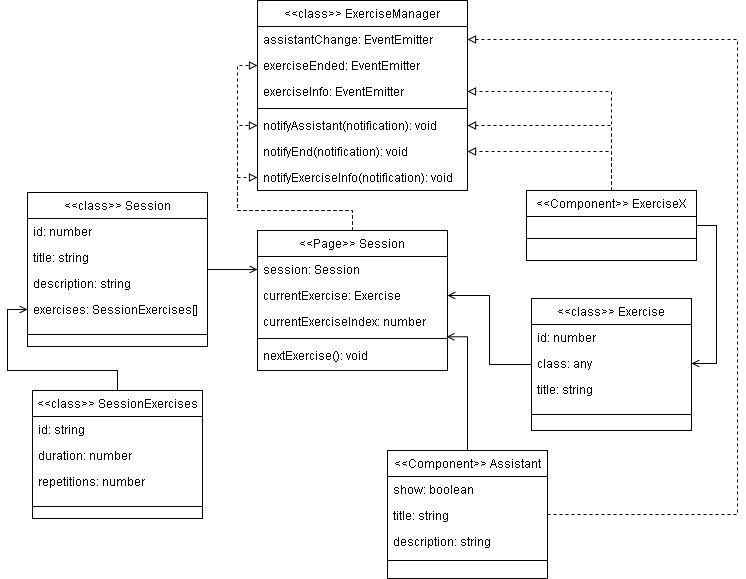
Earlier version of the draw.io export docs/Sessions-Exercises_classdiagram.png (davidinfante/TFG). Source tidied: cells renumbered, new cells last; positions are measured from the earlier drawing's top-left corner, leaving out a move shared by most shapes.
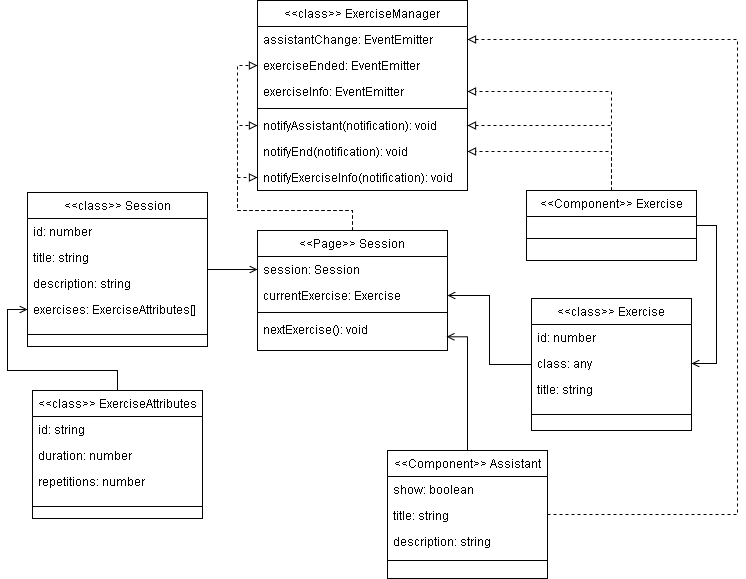
After the commit.

Change to the diagram source:
```diff
@@ -57,7 +57,7 @@
       </mxGeometry>
     </mxCell>
     <mxCell id="14" value="&lt;&lt;Page&gt;&gt; Session" style="swimlane;fontStyle=0;align=center;verticalAlign=top;horizontal=1;startSize=26;rounded=0;shadow=0;strokeWidth=1;" parent="1" vertex="1">
-      <mxGeometry x="250" y="230" width="190" height="140" as="geometry" />
+      <mxGeometry x="250" y="230" width="190" height="120" as="geometry" />
     </mxCell>
     <mxCell id="15" value="session: Session" style="text;align=left;verticalAlign=top;spacingLeft=4;spacingRight=4;overflow=hidden;points=[[0,0.5],[1,0.5]];portConstraint=eastwest;" parent="14" vertex="1">
       <mxGeometry y="26" width="190" height="26" as="geometry" />
@@ -65,17 +65,19 @@
     <mxCell id="16" value="currentExercise: Exercise" style="text;align=left;verticalAlign=top;spacingLeft=4;spacingRight=4;overflow=hidden;points=[[0,0.5],[1,0.5]];portConstraint=eastwest;rounded=0;shadow=0;html=0;" parent="14" vertex="1">
       <mxGeometry y="52" width="190" height="26" as="geometry" />
     </mxCell>
-    <mxCell id="17" value="currentExerciseIndex: number" style="text;align=left;verticalAlign=top;spacingLeft=4;spacingRight=4;overflow=hidden;points=[[0,0.5],[1,0.5]];portConstraint=eastwest;rounded=0;shadow=0;html=0;" parent="14" vertex="1">
-      <mxGeometry y="78" width="190" height="26" as="geometry" />
-    </mxCell>
     <mxCell id="18" style="line;html=1;strokeWidth=1;align=left;verticalAlign=middle;spacingTop=-1;spacingLeft=3;spacingRight=3;labelPosition=right;" parent="14" vertex="1">
-      <mxGeometry y="104" width="190" height="8" as="geometry" />
+      <mxGeometry y="78" width="190" height="8" as="geometry" />
     </mxCell>
     <mxCell id="19" value="nextExercise(): void" style="text;align=left;verticalAlign=top;spacingLeft=4;spacingRight=4;overflow=hidden;" parent="14" vertex="1">
-      <mxGeometry y="112" width="190" height="26" as="geometry" />
+      <mxGeometry y="86" width="190" height="26" as="geometry" />
     </mxCell>
-    <mxCell id="20" style="edgeStyle=orthogonalEdgeStyle;rounded=0;jettySize=auto;html=1;entryX=0.995;entryY=1.088;entryDx=0;entryDy=0;entryPerimeter=0;endArrow=open;endFill=0;" parent="1" edge="1" source="46" target="17">
-      <mxGeometry relative="1" as="geometry" />
+    <mxCell id="20" style="edgeStyle=orthogonalEdgeStyle;rounded=0;jettySize=auto;html=1;entryX=0.995;entryY=1.088;entryDx=0;entryDy=0;entryPerimeter=0;endArrow=open;endFill=0;" parent="1" edge="1" source="46">
+      <mxGeometry relative="1" as="geometry">
+        <mxPoint x="439.1" y="336.3" as="targetPoint" />
+        <Array as="points">
+          <mxPoint x="460" y="336" />
+        </Array>
+      </mxGeometry>
     </mxCell>
     <mxCell id="21" value="&lt;&lt;class&gt;&gt; ExerciseManager" style="swimlane;fontStyle=0;align=center;verticalAlign=top;horizontal=1;startSize=26;rounded=0;shadow=0;strokeWidth=1;" parent="1" vertex="1">
       <mxGeometry x="250" width="210" height="190" as="geometry" />
@@ -110,7 +112,7 @@
     <mxCell id="31" style="edgeStyle=orthogonalEdgeStyle;rounded=0;jettySize=auto;html=1;entryX=1;entryY=0.5;entryDx=0;entryDy=0;dashed=1;endArrow=block;endFill=0;" parent="1" edge="1" source="32" target="26">
       <mxGeometry relative="1" as="geometry" />
     </mxCell>
-    <mxCell id="32" value="&lt;&lt;Component&gt;&gt; ExerciseX" style="swimlane;fontStyle=0;align=center;verticalAlign=top;horizontal=1;startSize=26;rounded=0;shadow=0;strokeWidth=1;" parent="1" vertex="1">
+    <mxCell id="32" value="&lt;&lt;Component&gt;&gt; Exercise" style="swimlane;fontStyle=0;align=center;verticalAlign=top;horizontal=1;startSize=26;rounded=0;shadow=0;strokeWidth=1;" parent="1" vertex="1">
       <mxGeometry x="519" y="190" width="170" height="70" as="geometry" />
     </mxCell>
     <mxCell id="33" style="line;html=1;strokeWidth=1;align=left;verticalAlign=middle;spacingTop=-1;spacingLeft=3;spacingRight=3;labelPosition=right;" parent="32" vertex="1">
@@ -136,13 +138,13 @@
     <mxCell id="38" value="description: string" style="text;align=left;verticalAlign=top;spacingLeft=4;spacingRight=4;overflow=hidden;rounded=0;shadow=0;html=0;" parent="35" vertex="1">
       <mxGeometry y="78" width="180" height="26" as="geometry" />
     </mxCell>
-    <mxCell id="39" value="exercises: SessionExercises[]" style="text;align=left;verticalAlign=top;spacingLeft=4;spacingRight=4;overflow=hidden;points=[[0,0.5],[1,0.5]];portConstraint=eastwest;rounded=0;shadow=0;html=0;" parent="35" vertex="1">
+    <mxCell id="39" value="exercises: ExerciseAttributes[]" style="text;align=left;verticalAlign=top;spacingLeft=4;spacingRight=4;overflow=hidden;points=[[0,0.5],[1,0.5]];portConstraint=eastwest;rounded=0;shadow=0;html=0;" parent="35" vertex="1">
       <mxGeometry y="104" width="180" height="26" as="geometry" />
     </mxCell>
     <mxCell id="40" style="line;html=1;strokeWidth=1;align=left;verticalAlign=middle;spacingTop=-1;spacingLeft=3;spacingRight=3;labelPosition=right;" parent="35" vertex="1">
       <mxGeometry y="130" width="180" height="24" as="geometry" />
     </mxCell>
-    <mxCell id="41" value="&lt;&lt;class&gt;&gt; SessionExercises" style="swimlane;fontStyle=0;align=center;verticalAlign=top;horizontal=1;startSize=26;rounded=0;shadow=0;strokeWidth=1;" parent="1" vertex="1">
+    <mxCell id="41" value="&lt;&lt;class&gt;&gt; ExerciseAttributes" style="swimlane;fontStyle=0;align=center;verticalAlign=top;horizontal=1;startSize=26;rounded=0;shadow=0;strokeWidth=1;" parent="1" vertex="1">
       <mxGeometry x="25" y="390" width="170" height="128" as="geometry" />
     </mxCell>
     <mxCell id="42" value="id: string" style="text;align=left;verticalAlign=top;spacingLeft=4;spacingRight=4;overflow=hidden;" parent="41" vertex="1">
```
